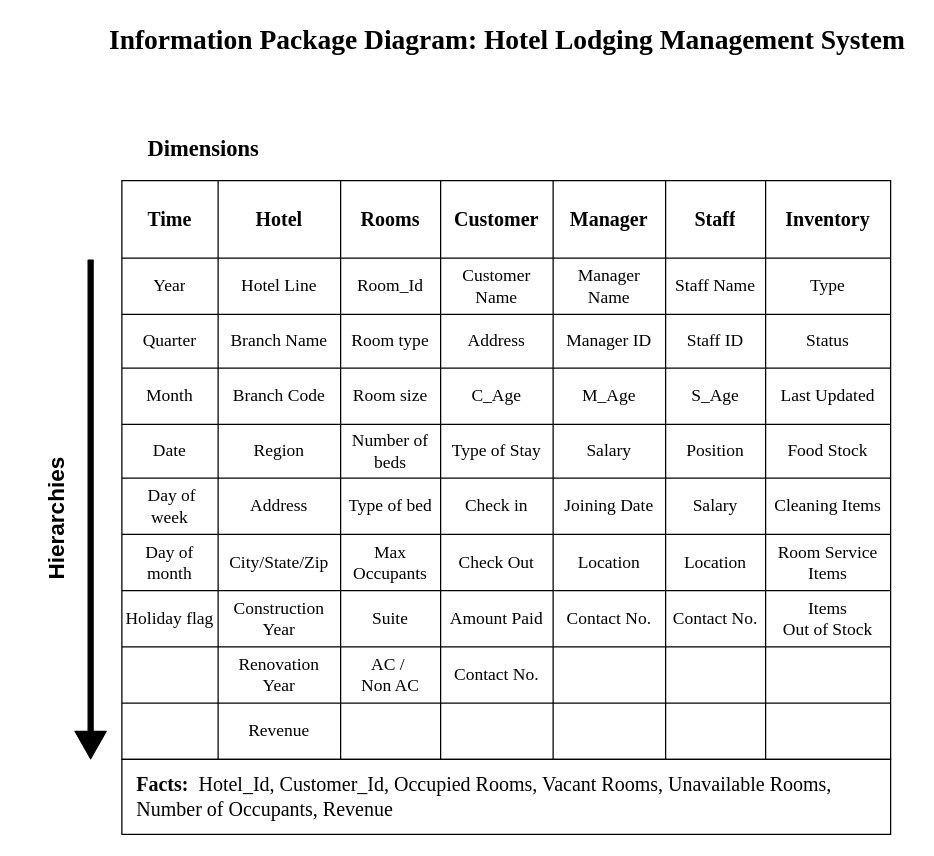
Before: Information Package Diagram/IPD_hotel_lodging_system.drawio in adityaparab04/Diagrams, a draw.io diagram. Source tidied: cells renumbered, new cells numbered last; positions are measured from the earlier drawing's top-left corner, leaving out a move shared by most shapes. Both pictures are drawn from the tidied source at 125%, with x=0, y=0 at pixel (-22, 21).
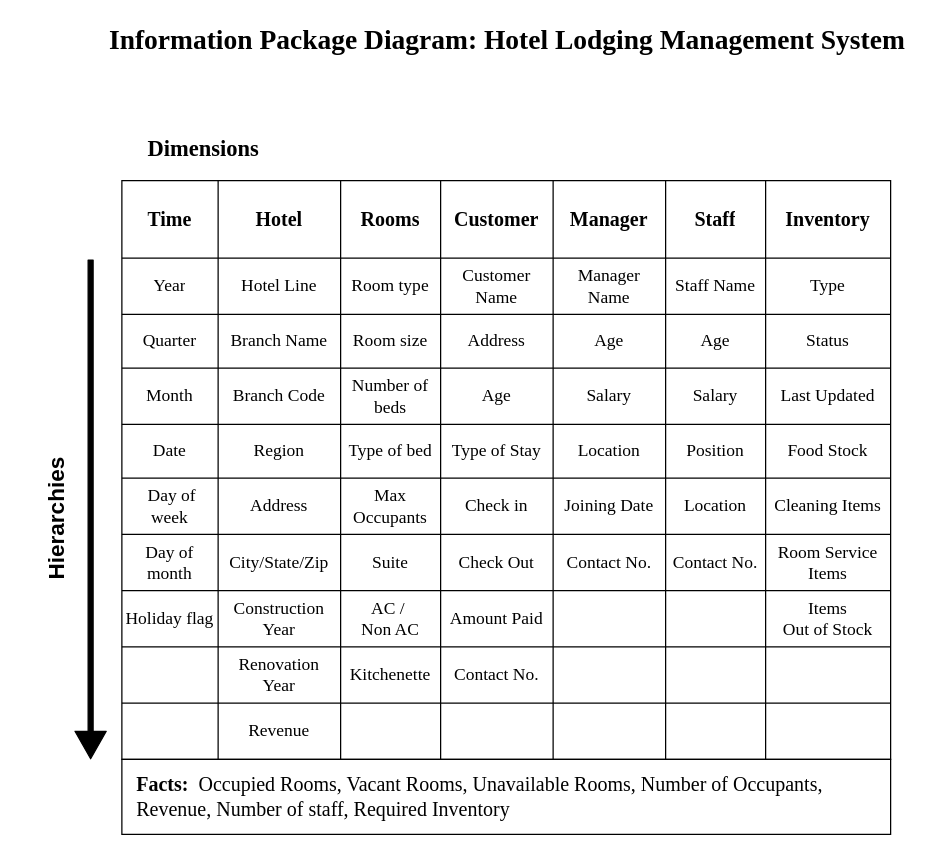
The same diagram, later.

The change refers to these unchanged cells:
```xml
<mxCell id="14" style="shape=partialRectangle;html=1;whiteSpace=wrap;fillColor=none;top=0;left=0;bottom=0;right=0;fontFamily=Times New Roman;fontSize=14;" parent="5" vertex="1">
  <mxGeometry y="62" width="615" height="45" as="geometry" />
</mxCell>
<mxCell id="22" style="shape=partialRectangle;html=1;whiteSpace=wrap;fillColor=none;top=0;left=0;bottom=0;right=0;fontFamily=Times New Roman;" parent="5" vertex="1">
  <mxGeometry y="107" width="615" height="43" as="geometry" />
</mxCell>
<mxCell id="30" style="shape=partialRectangle;html=1;whiteSpace=wrap;fillColor=none;top=0;left=0;bottom=0;right=0;fontFamily=Times New Roman;" parent="5" vertex="1">
  <mxGeometry y="150" width="615" height="45" as="geometry" />
</mxCell>
<mxCell id="38" style="shape=partialRectangle;html=1;whiteSpace=wrap;fillColor=none;top=0;left=0;bottom=0;right=0;fontFamily=Times New Roman;" parent="5" vertex="1">
  <mxGeometry y="195" width="615" height="43" as="geometry" />
</mxCell>
<mxCell id="46" style="shape=partialRectangle;html=1;whiteSpace=wrap;fillColor=none;top=0;left=0;bottom=0;right=0;fontFamily=Times New Roman;" parent="5" vertex="1">
  <mxGeometry y="238" width="615" height="45" as="geometry" />
</mxCell>
<mxCell id="54" style="shape=partialRectangle;html=1;whiteSpace=wrap;fillColor=none;top=0;left=0;bottom=0;right=0;fontFamily=Times New Roman;" parent="5" vertex="1">
  <mxGeometry y="283" width="615" height="45" as="geometry" />
</mxCell>
<mxCell id="62" style="shape=partialRectangle;html=1;whiteSpace=wrap;fillColor=none;top=0;left=0;bottom=0;right=0;fontFamily=Times New Roman;fontSize=14;" parent="5" vertex="1">
  <mxGeometry y="328" width="615" height="45" as="geometry" />
</mxCell>
<mxCell id="70" style="shape=partialRectangle;html=1;whiteSpace=wrap;fillColor=none;top=0;left=0;bottom=0;right=0;fontFamily=Times New Roman;fontSize=14;" parent="5" vertex="1">
  <mxGeometry y="373" width="615" height="45" as="geometry" />
</mxCell>
```

What changed in the source:
```diff
@@
-    <mxCell id="17" value="&lt;font style=&quot;font-size: 14px&quot;&gt;Room_Id&lt;/font&gt;" style="shape=partialRectangle;html=1;whiteSpace=wrap;overflow=hidden;fillColor=none;top=0;left=0;bottom=0;right=0;fontFamily=Times New Roman;" parent="14" vertex="1">
+    <mxCell id="17" value="&lt;font style=&quot;font-size: 14px&quot;&gt;Room typ&lt;/font&gt;&lt;span style=&quot;font-size: 14px&quot;&gt;e&lt;/span&gt;" style="shape=partialRectangle;html=1;whiteSpace=wrap;overflow=hidden;fillColor=none;top=0;left=0;bottom=0;right=0;fontFamily=Times New Roman;" parent="14" vertex="1">
       <mxGeometry x="175" width="80" height="45" as="geometry" />
     </mxCell>
@@
-    <mxCell id="25" value="&lt;font style=&quot;font-size: 14px&quot;&gt;Room typ&lt;/font&gt;&lt;span style=&quot;font-size: 14px&quot;&gt;e&lt;/span&gt;" style="shape=partialRectangle;html=1;whiteSpace=wrap;overflow=hidden;fillColor=none;top=0;left=0;bottom=0;right=0;fontFamily=Times New Roman;" parent="22" vertex="1">
+    <mxCell id="25" value="&lt;span style=&quot;font-size: 14px&quot;&gt;Room size&lt;/span&gt;" style="shape=partialRectangle;html=1;whiteSpace=wrap;overflow=hidden;fillColor=none;top=0;left=0;bottom=0;right=0;fontFamily=Times New Roman;" parent="22" vertex="1">
       <mxGeometry x="175" width="80" height="43" as="geometry" />
     </mxCell>
@@
-    <mxCell id="27" value="&lt;span style=&quot;font-size: 14px&quot;&gt;Manager ID&lt;/span&gt;" style="shape=partialRectangle;html=1;whiteSpace=wrap;overflow=hidden;fillColor=none;top=0;left=0;bottom=0;right=0;fontFamily=Times New Roman;" parent="22" vertex="1">
+    <mxCell id="27" value="&lt;span style=&quot;font-size: 14px&quot;&gt;Age&lt;/span&gt;" style="shape=partialRectangle;html=1;whiteSpace=wrap;overflow=hidden;fillColor=none;top=0;left=0;bottom=0;right=0;fontFamily=Times New Roman;" parent="22" vertex="1">
       <mxGeometry x="345" width="90" height="43" as="geometry" />
     </mxCell>
-    <mxCell id="28" value="&lt;span style=&quot;font-size: 14px&quot;&gt;Staff ID&lt;/span&gt;" style="shape=partialRectangle;html=1;whiteSpace=wrap;overflow=hidden;fillColor=none;top=0;left=0;bottom=0;right=0;fontFamily=Times New Roman;" parent="22" vertex="1">
+    <mxCell id="28" value="&lt;span style=&quot;font-size: 14px&quot;&gt;Age&lt;/span&gt;" style="shape=partialRectangle;html=1;whiteSpace=wrap;overflow=hidden;fillColor=none;top=0;left=0;bottom=0;right=0;fontFamily=Times New Roman;" parent="22" vertex="1">
       <mxGeometry x="435" width="80" height="43" as="geometry" />
     </mxCell>
@@
-    <mxCell id="33" value="&lt;span style=&quot;font-size: 14px&quot;&gt;Room size&lt;/span&gt;" style="shape=partialRectangle;html=1;whiteSpace=wrap;overflow=hidden;fillColor=none;top=0;left=0;bottom=0;right=0;fontFamily=Times New Roman;" parent="30" vertex="1">
+    <mxCell id="33" value="&lt;span style=&quot;font-size: 14px&quot;&gt;Number of beds&lt;/span&gt;" style="shape=partialRectangle;html=1;whiteSpace=wrap;overflow=hidden;fillColor=none;top=0;left=0;bottom=0;right=0;fontFamily=Times New Roman;" parent="30" vertex="1">
       <mxGeometry x="175" width="80" height="45" as="geometry" />
     </mxCell>
-    <mxCell id="34" value="&lt;span style=&quot;font-size: 14px&quot;&gt;C_Age&lt;/span&gt;" style="shape=partialRectangle;html=1;whiteSpace=wrap;overflow=hidden;fillColor=none;top=0;left=0;bottom=0;right=0;fontFamily=Times New Roman;" parent="30" vertex="1">
+    <mxCell id="34" value="&lt;span style=&quot;font-size: 14px&quot;&gt;Age&lt;/span&gt;" style="shape=partialRectangle;html=1;whiteSpace=wrap;overflow=hidden;fillColor=none;top=0;left=0;bottom=0;right=0;fontFamily=Times New Roman;" parent="30" vertex="1">
       <mxGeometry x="255" width="90" height="45" as="geometry" />
     </mxCell>
-    <mxCell id="35" value="&lt;span style=&quot;font-size: 14px&quot;&gt;M_Age&lt;/span&gt;" style="shape=partialRectangle;html=1;whiteSpace=wrap;overflow=hidden;fillColor=none;top=0;left=0;bottom=0;right=0;fontFamily=Times New Roman;" parent="30" vertex="1">
+    <mxCell id="35" value="&lt;span style=&quot;font-size: 14px&quot;&gt;Salary&lt;/span&gt;" style="shape=partialRectangle;html=1;whiteSpace=wrap;overflow=hidden;fillColor=none;top=0;left=0;bottom=0;right=0;fontFamily=Times New Roman;" parent="30" vertex="1">
       <mxGeometry x="345" width="90" height="45" as="geometry" />
     </mxCell>
-    <mxCell id="36" value="&lt;span style=&quot;font-size: 14px&quot;&gt;S_Age&lt;/span&gt;" style="shape=partialRectangle;html=1;whiteSpace=wrap;overflow=hidden;fillColor=none;top=0;left=0;bottom=0;right=0;fontFamily=Times New Roman;" parent="30" vertex="1">
+    <mxCell id="36" value="&lt;span style=&quot;font-size: 14px&quot;&gt;Salary&lt;/span&gt;" style="shape=partialRectangle;html=1;whiteSpace=wrap;overflow=hidden;fillColor=none;top=0;left=0;bottom=0;right=0;fontFamily=Times New Roman;" parent="30" vertex="1">
       <mxGeometry x="435" width="80" height="45" as="geometry" />
     </mxCell>
@@
-    <mxCell id="41" value="&lt;font style=&quot;font-size: 14px&quot;&gt;Number of beds&lt;/font&gt;" style="shape=partialRectangle;html=1;whiteSpace=wrap;overflow=hidden;fillColor=none;top=0;left=0;bottom=0;right=0;fontFamily=Times New Roman;" parent="38" vertex="1">
+    <mxCell id="41" value="&lt;span style=&quot;font-size: 14px&quot;&gt;Type of bed&lt;/span&gt;" style="shape=partialRectangle;html=1;whiteSpace=wrap;overflow=hidden;fillColor=none;top=0;left=0;bottom=0;right=0;fontFamily=Times New Roman;" parent="38" vertex="1">
       <mxGeometry x="175" width="80" height="43" as="geometry" />
     </mxCell>
@@
-    <mxCell id="43" value="&lt;span style=&quot;font-size: 14px&quot;&gt;Salary&lt;/span&gt;" style="shape=partialRectangle;html=1;whiteSpace=wrap;overflow=hidden;fillColor=none;top=0;left=0;bottom=0;right=0;fontFamily=Times New Roman;" parent="38" vertex="1">
+    <mxCell id="43" value="&lt;span style=&quot;font-size: 14px&quot;&gt;Location&lt;/span&gt;" style="shape=partialRectangle;html=1;whiteSpace=wrap;overflow=hidden;fillColor=none;top=0;left=0;bottom=0;right=0;fontFamily=Times New Roman;" parent="38" vertex="1">
       <mxGeometry x="345" width="90" height="43" as="geometry" />
     </mxCell>
@@
-    <mxCell id="49" value="&lt;span style=&quot;font-size: 14px&quot;&gt;Type of bed&lt;/span&gt;" style="shape=partialRectangle;html=1;whiteSpace=wrap;overflow=hidden;fillColor=none;top=0;left=0;bottom=0;right=0;fontFamily=Times New Roman;" parent="46" vertex="1">
+    <mxCell id="49" value="&lt;span style=&quot;font-size: 14px&quot;&gt;Max Occupants&lt;/span&gt;" style="shape=partialRectangle;html=1;whiteSpace=wrap;overflow=hidden;fillColor=none;top=0;left=0;bottom=0;right=0;fontFamily=Times New Roman;" parent="46" vertex="1">
       <mxGeometry x="175" width="80" height="45" as="geometry" />
     </mxCell>
@@
-    <mxCell id="52" value="&lt;span style=&quot;font-size: 14px&quot;&gt;Salary&lt;/span&gt;" style="shape=partialRectangle;html=1;whiteSpace=wrap;overflow=hidden;fillColor=none;top=0;left=0;bottom=0;right=0;fontFamily=Times New Roman;" parent="46" vertex="1">
+    <mxCell id="52" value="&lt;span style=&quot;font-size: 14px&quot;&gt;Location&lt;/span&gt;" style="shape=partialRectangle;html=1;whiteSpace=wrap;overflow=hidden;fillColor=none;top=0;left=0;bottom=0;right=0;fontFamily=Times New Roman;" parent="46" vertex="1">
       <mxGeometry x="435" width="80" height="45" as="geometry" />
     </mxCell>
@@
-    <mxCell id="57" value="&lt;span style=&quot;font-size: 14px&quot;&gt;Max Occupants&lt;/span&gt;" style="shape=partialRectangle;html=1;whiteSpace=wrap;overflow=hidden;fillColor=none;top=0;left=0;bottom=0;right=0;fontFamily=Times New Roman;" parent="54" vertex="1">
+    <mxCell id="57" value="&lt;span style=&quot;font-size: 14px&quot;&gt;Suite&lt;/span&gt;" style="shape=partialRectangle;html=1;whiteSpace=wrap;overflow=hidden;fillColor=none;top=0;left=0;bottom=0;right=0;fontFamily=Times New Roman;" parent="54" vertex="1">
       <mxGeometry x="175" width="80" height="45" as="geometry" />
     </mxCell>
@@
-    <mxCell id="59" value="&lt;span style=&quot;font-size: 14px&quot;&gt;Location&lt;/span&gt;" style="shape=partialRectangle;html=1;whiteSpace=wrap;overflow=hidden;fillColor=none;top=0;left=0;bottom=0;right=0;fontFamily=Times New Roman;" parent="54" vertex="1">
+    <mxCell id="59" value="&lt;span style=&quot;font-size: 14px&quot;&gt;Contact No.&lt;/span&gt;" style="shape=partialRectangle;html=1;whiteSpace=wrap;overflow=hidden;fillColor=none;top=0;left=0;bottom=0;right=0;fontFamily=Times New Roman;" parent="54" vertex="1">
       <mxGeometry x="345" width="90" height="45" as="geometry" />
     </mxCell>
-    <mxCell id="60" value="&lt;font style=&quot;font-size: 14px&quot;&gt;Location&lt;/font&gt;" style="shape=partialRectangle;html=1;whiteSpace=wrap;overflow=hidden;fillColor=none;top=0;left=0;bottom=0;right=0;fontFamily=Times New Roman;" parent="54" vertex="1">
+    <mxCell id="60" value="&lt;span style=&quot;font-size: 14px&quot;&gt;Contact No.&lt;/span&gt;" style="shape=partialRectangle;html=1;whiteSpace=wrap;overflow=hidden;fillColor=none;top=0;left=0;bottom=0;right=0;fontFamily=Times New Roman;" parent="54" vertex="1">
       <mxGeometry x="435" width="80" height="45" as="geometry" />
     </mxCell>
@@
-    <mxCell id="65" value="&lt;span style=&quot;font-size: 14px&quot;&gt;Suite&lt;/span&gt;" style="shape=partialRectangle;html=1;whiteSpace=wrap;overflow=hidden;fillColor=none;top=0;left=0;bottom=0;right=0;fontFamily=Times New Roman;" parent="62" vertex="1">
+    <mxCell id="65" value="&lt;span style=&quot;font-size: 14px&quot;&gt;AC /&amp;nbsp;&lt;/span&gt;&lt;br style=&quot;font-size: 14px&quot;&gt;&lt;span style=&quot;font-size: 14px&quot;&gt;Non AC&lt;/span&gt;" style="shape=partialRectangle;html=1;whiteSpace=wrap;overflow=hidden;fillColor=none;top=0;left=0;bottom=0;right=0;fontFamily=Times New Roman;" parent="62" vertex="1">
       <mxGeometry x="175" width="80" height="45" as="geometry" />
     </mxCell>
@@
-    <mxCell id="67" value="&lt;span style=&quot;font-size: 14px&quot;&gt;Contact No.&lt;/span&gt;" style="shape=partialRectangle;html=1;whiteSpace=wrap;overflow=hidden;fillColor=none;top=0;left=0;bottom=0;right=0;fontFamily=Times New Roman;" parent="62" vertex="1">
+    <mxCell id="67" style="shape=partialRectangle;html=1;whiteSpace=wrap;overflow=hidden;fillColor=none;top=0;left=0;bottom=0;right=0;fontFamily=Times New Roman;" parent="62" vertex="1">
       <mxGeometry x="345" width="90" height="45" as="geometry" />
     </mxCell>
-    <mxCell id="68" value="&lt;font style=&quot;font-size: 14px&quot;&gt;Contact No.&lt;/font&gt;" style="shape=partialRectangle;html=1;whiteSpace=wrap;overflow=hidden;fillColor=none;top=0;left=0;bottom=0;right=0;fontFamily=Times New Roman;" parent="62" vertex="1">
+    <mxCell id="68" style="shape=partialRectangle;html=1;whiteSpace=wrap;overflow=hidden;fillColor=none;top=0;left=0;bottom=0;right=0;fontFamily=Times New Roman;" parent="62" vertex="1">
       <mxGeometry x="435" width="80" height="45" as="geometry" />
     </mxCell>
@@
-    <mxCell id="73" value="&lt;span style=&quot;font-size: 14px&quot;&gt;AC /&amp;nbsp;&lt;/span&gt;&lt;br style=&quot;font-size: 14px&quot;&gt;&lt;span style=&quot;font-size: 14px&quot;&gt;Non AC&lt;/span&gt;" style="shape=partialRectangle;html=1;whiteSpace=wrap;overflow=hidden;fillColor=none;top=0;left=0;bottom=0;right=0;fontFamily=Times New Roman;" parent="70" vertex="1">
+    <mxCell id="73" value="&lt;font style=&quot;font-size: 14px&quot;&gt;Kitchenette&lt;/font&gt;" style="shape=partialRectangle;html=1;whiteSpace=wrap;overflow=hidden;fillColor=none;top=0;left=0;bottom=0;right=0;fontFamily=Times New Roman;" parent="70" vertex="1">
       <mxGeometry x="175" width="80" height="45" as="geometry" />
     </mxCell>
@@
-    <mxCell id="86" value="&lt;div&gt;&lt;font style=&quot;font-weight: bold ; font-size: 16px&quot;&gt;Facts:&amp;nbsp; &lt;/font&gt;&lt;font style=&quot;font-size: 16px&quot;&gt;Hotel_Id, Customer_Id, Occupied Rooms, Vacant&amp;nbsp;Rooms, Unavailable Rooms, Number of Occupants, Revenue&lt;/font&gt;&lt;/div&gt;&lt;div&gt;&lt;/div&gt;" style="rounded=0;whiteSpace=wrap;html=1;fontFamily=Times New Roman;fontSize=14;strokeColor=#000000;strokeWidth=1;align=left;spacingLeft=10;" parent="1" vertex="1">
+    <mxCell id="86" value="&lt;div&gt;&lt;font style=&quot;font-weight: bold ; font-size: 16px&quot;&gt;Facts:&amp;nbsp; &lt;/font&gt;&lt;font style=&quot;font-size: 16px&quot;&gt;Occupied Rooms, Vacant&amp;nbsp;Rooms, Unavailable Rooms, Number of Occupants, Revenue, Number of staff, Required Inventory&lt;/font&gt;&lt;/div&gt;&lt;div&gt;&lt;/div&gt;" style="rounded=0;whiteSpace=wrap;html=1;fontFamily=Times New Roman;fontSize=14;strokeColor=#000000;strokeWidth=1;align=left;spacingLeft=10;" parent="1" vertex="1">
       <mxGeometry x="115" y="590" width="615" height="60" as="geometry" />
     </mxCell>
```
